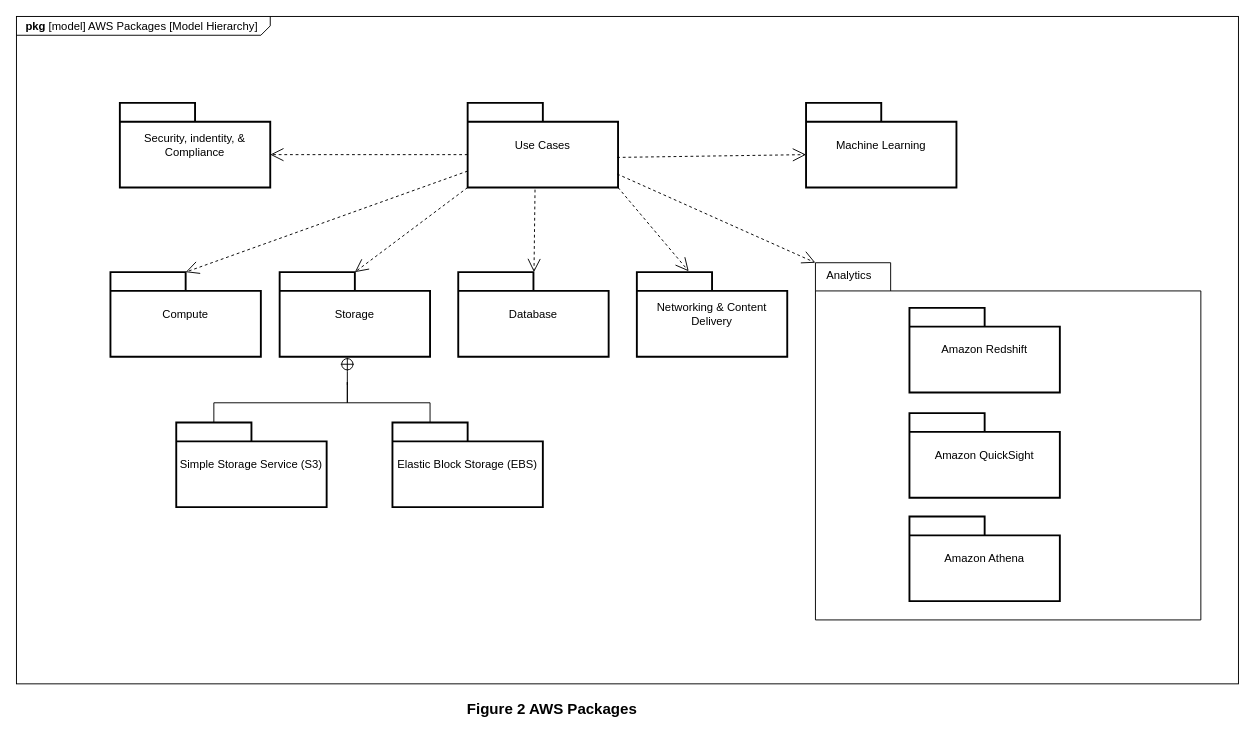
Earlier version of the draw.io diagram AWS Packages/AWS Packages.drawio (JeffreyWerth/AWS-Architecture-Model-Repository). Source tidied: cells renumbered, new cells numbered last; positions are measured from the earlier drawing's top-left corner, leaving out a move shared by most shapes. Both pictures are drawn from the tidied source at 94%, with x=0, y=0 at pixel (16, 16).
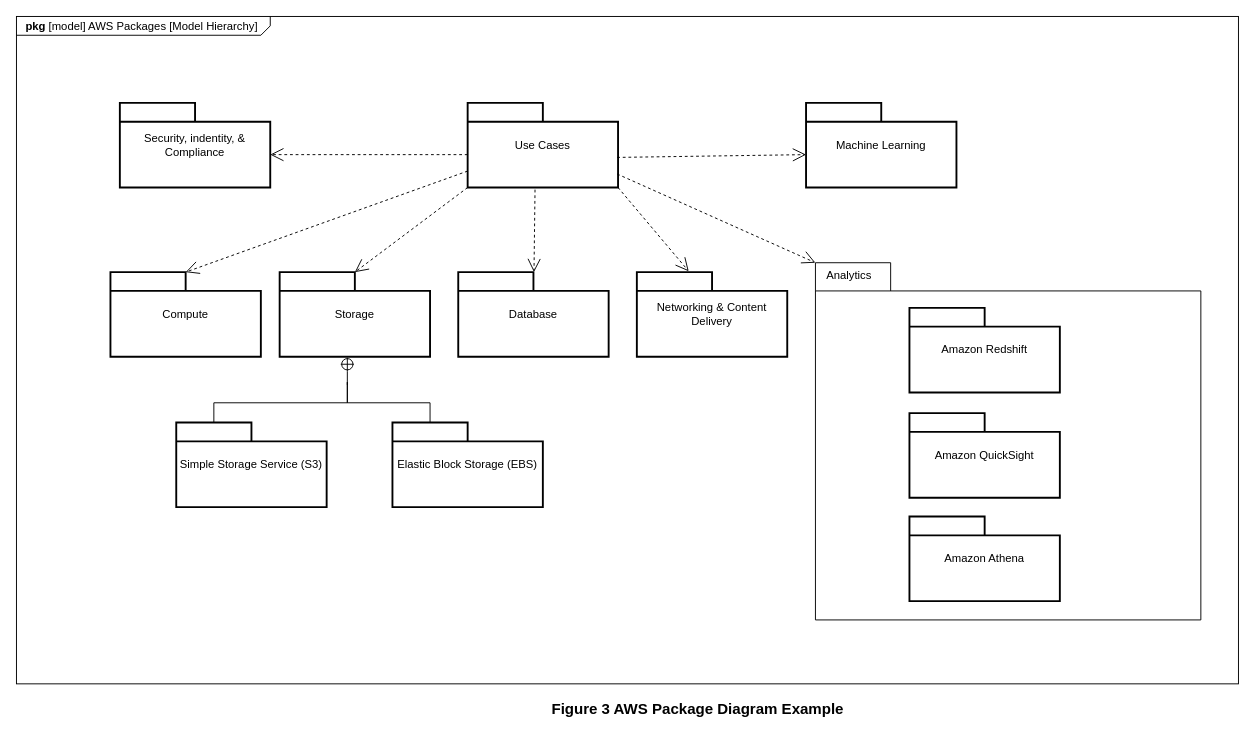
The same page after the edit.

Commit message (it also covers changes not shown here):
Updated Diagrams and Lessons

Change to the diagram source:
```diff
@@
-    <mxCell id="17" value="&lt;font style=&quot;font-size: 16px;&quot;&gt;Figure 2 AWS Packages&lt;/font&gt;" style="text;html=1;strokeColor=none;fillColor=none;align=center;verticalAlign=middle;whiteSpace=wrap;rounded=0;fontStyle=1;fontSize=16;" parent="1" vertex="1">
-      <mxGeometry x="450" y="722" width="240" height="30" as="geometry" />
+    <mxCell id="17" value="&lt;font style=&quot;font-size: 16px;&quot;&gt;Figure 3 AWS Package Diagram Example&lt;/font&gt;" style="text;html=1;strokeColor=none;fillColor=none;align=center;verticalAlign=middle;whiteSpace=wrap;rounded=0;fontStyle=1;fontSize=16;" parent="1" vertex="1">
+      <mxGeometry x="560" y="722" width="330" height="30" as="geometry" />
     </mxCell>
```
